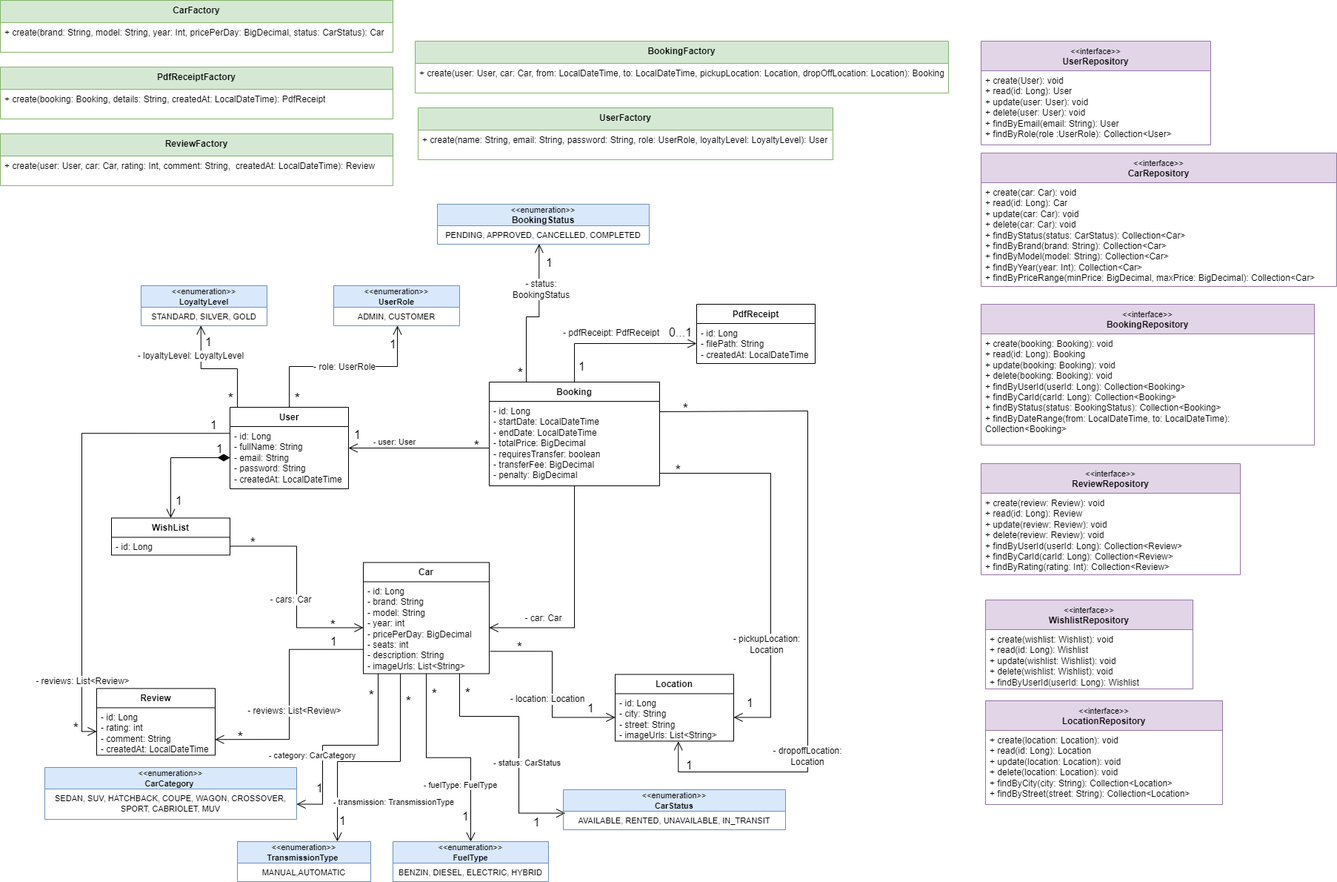
NotnAK/car-rental-system-gox keeps this draw.io diagram as ClassDiagram.png. Above is the earlier version. Source tidied: cells renumbered, new cells last; positions are measured from the earlier drawing's top-left corner, leaving out a move shared by most shapes.
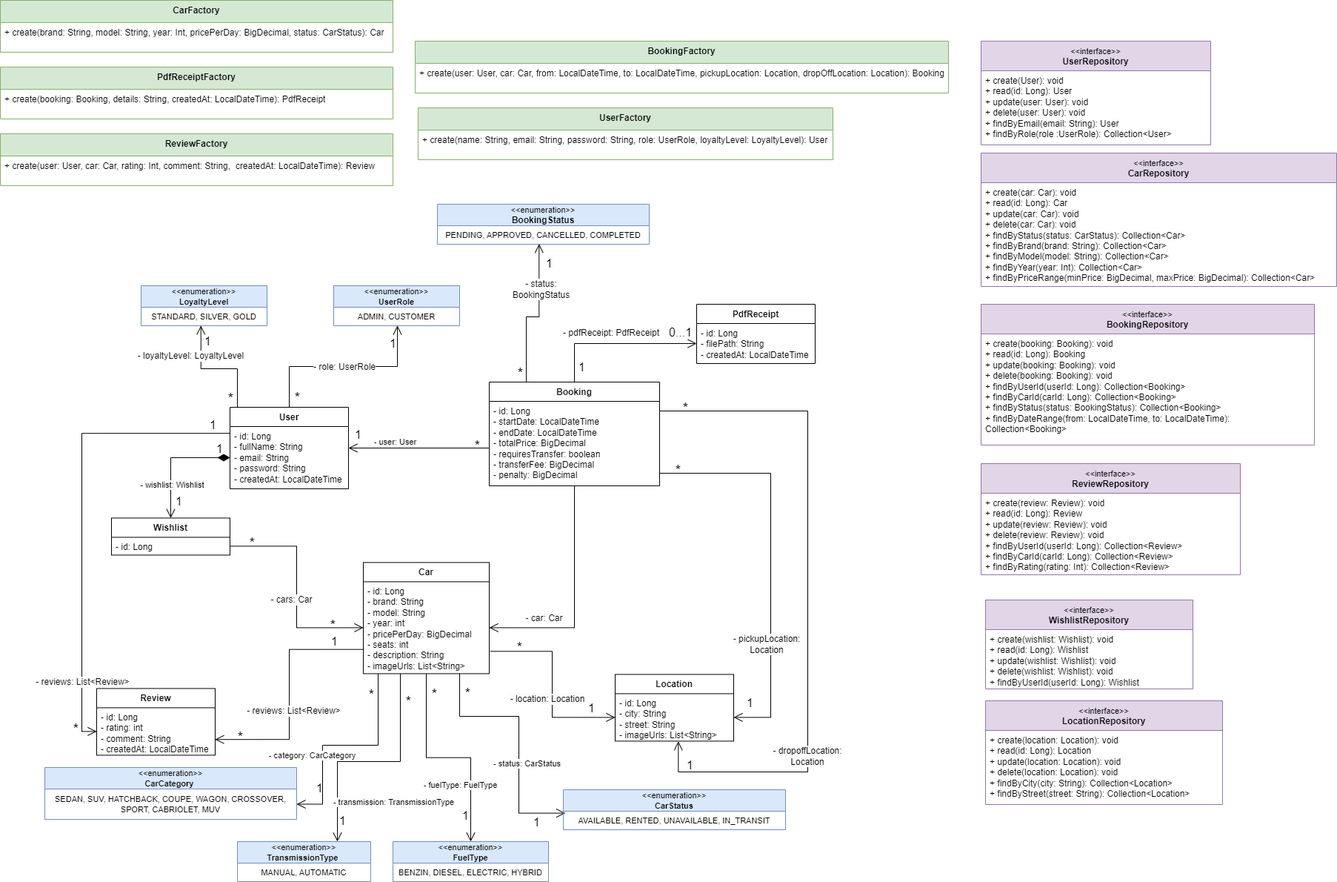
After the commit.

Diff of the diagram source:
```diff
@@ -152,7 +152,7 @@
     <mxCell id="32" value="- id: Long&lt;div&gt;- brand: String&lt;/div&gt;&lt;div&gt;-&amp;nbsp;model: String&lt;/div&gt;&lt;div&gt;-&amp;nbsp;year: int&lt;/div&gt;&lt;div&gt;-&amp;nbsp;pricePerDay: BigDecimal&lt;/div&gt;&lt;div&gt;- seats: int&lt;/div&gt;&lt;div&gt;- description: String&lt;br&gt;- imageUrls: List&amp;lt;String&amp;gt;&lt;/div&gt;" style="text;strokeColor=none;fillColor=none;align=left;verticalAlign=top;spacingLeft=4;spacingRight=4;overflow=hidden;points=[[0,0.5],[1,0.5]];portConstraint=eastwest;whiteSpace=wrap;html=1;" parent="31" vertex="1">
       <mxGeometry y="26" width="170" height="124" as="geometry" />
     </mxCell>
-    <mxCell id="33" value="WishList" style="swimlane;fontStyle=1;align=center;verticalAlign=top;horizontal=1;startSize=26;whiteSpace=wrap;html=1;" parent="1" vertex="1">
+    <mxCell id="33" value="Wishlist" style="swimlane;fontStyle=1;align=center;verticalAlign=top;horizontal=1;startSize=26;whiteSpace=wrap;html=1;" parent="1" vertex="1">
       <mxGeometry x="150" y="698.4" width="160" height="50" as="geometry" />
     </mxCell>
     <mxCell id="34" value="- id: Long" style="text;strokeColor=none;fillColor=none;align=left;verticalAlign=top;spacingLeft=4;spacingRight=4;overflow=hidden;points=[[0,0.5],[1,0.5]];portConstraint=eastwest;whiteSpace=wrap;html=1;" parent="33" vertex="1">
@@ -189,6 +189,9 @@
         <mxPoint x="13" y="-8" as="offset" />
       </mxGeometry>
     </mxCell>
+    <mxCell id="117" value="- wishlist: Wishlist" style="edgeLabel;html=1;align=center;verticalAlign=middle;" parent="39" vertex="1">
+      <mxGeometry x="0.44" y="1" relative="1" as="geometry" />
+    </mxCell>
     <mxCell id="42" value="Review" style="swimlane;fontStyle=1;align=center;verticalAlign=top;horizontal=1;startSize=26;whiteSpace=wrap;html=1;" parent="1" vertex="1">
       <mxGeometry x="130" y="928.4" width="160" height="90" as="geometry" />
     </mxCell>
@@ -466,7 +469,7 @@
     <mxCell id="113" value="&lt;span style=&quot;font-weight: 400;&quot;&gt;&amp;lt;&amp;lt;enumeration&amp;gt;&amp;gt;&lt;/span&gt;&lt;div&gt;TransmissionType&amp;nbsp;&lt;/div&gt;" style="swimlane;fontStyle=1;align=center;verticalAlign=middle;horizontal=1;startSize=29;html=1;whiteSpace=wrap;fontFamily=Helvetica;fontSize=11;labelBackgroundColor=none;fillColor=#dae8fc;strokeColor=#6c8ebf;" parent="1" vertex="1">
       <mxGeometry x="320" y="1135" width="180" height="54" as="geometry" />
     </mxCell>
-    <mxCell id="114" value="MANUAL,AUTOMATIC" style="text;html=1;strokeColor=none;fillColor=none;align=center;verticalAlign=middle;spacingLeft=4;spacingRight=4;overflow=hidden;whiteSpace=wrap;fontFamily=Helvetica;fontSize=11;fontColor=default;labelBackgroundColor=default;" parent="113" vertex="1">
+    <mxCell id="114" value="MANUAL, AUTOMATIC" style="text;html=1;strokeColor=none;fillColor=none;align=center;verticalAlign=middle;spacingLeft=4;spacingRight=4;overflow=hidden;whiteSpace=wrap;fontFamily=Helvetica;fontSize=11;fontColor=default;labelBackgroundColor=default;" parent="113" vertex="1">
       <mxGeometry y="29" width="180" height="25" as="geometry" />
     </mxCell>
     <mxCell id="115" value="&lt;span style=&quot;font-weight: 400;&quot;&gt;&amp;lt;&amp;lt;enumeration&amp;gt;&amp;gt;&lt;/span&gt;&lt;div&gt;CarCategory&amp;nbsp;&lt;/div&gt;" style="swimlane;fontStyle=1;align=center;verticalAlign=middle;horizontal=1;startSize=29;html=1;whiteSpace=wrap;fontFamily=Helvetica;fontSize=11;labelBackgroundColor=none;fillColor=#dae8fc;strokeColor=#6c8ebf;" parent="1" vertex="1">
```
